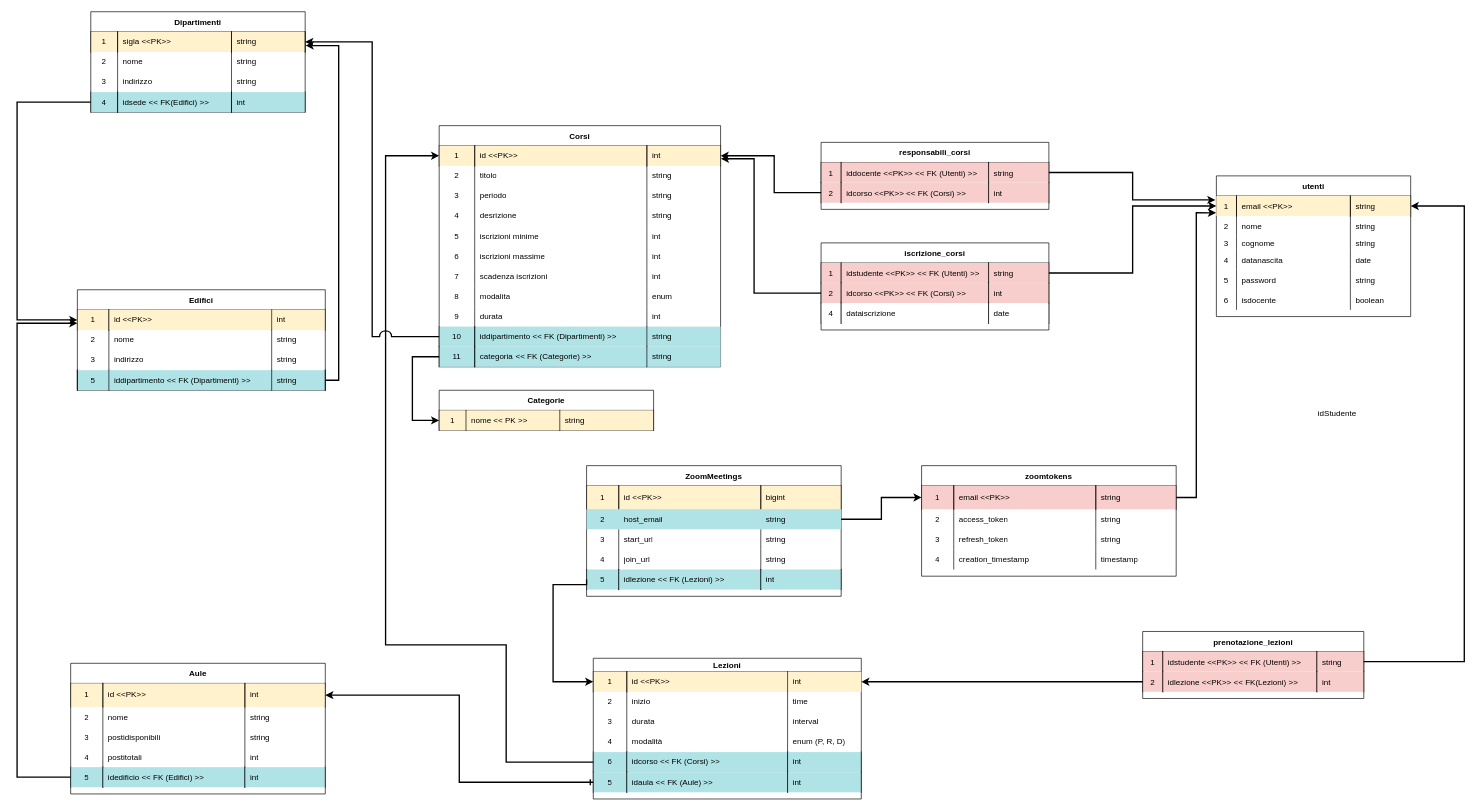
nicolamarizza/DbProject keeps this draw.io diagram as docs/SchemaRelazionale.drawio. Above is the earlier version. Source tidied: cells renumbered, new cells numbered last; positions are measured from the earlier drawing's top-left corner, leaving out a move shared by most shapes. Both pictures are drawn from the tidied source at 67%, with x=0, y=0 at pixel (17, 11).
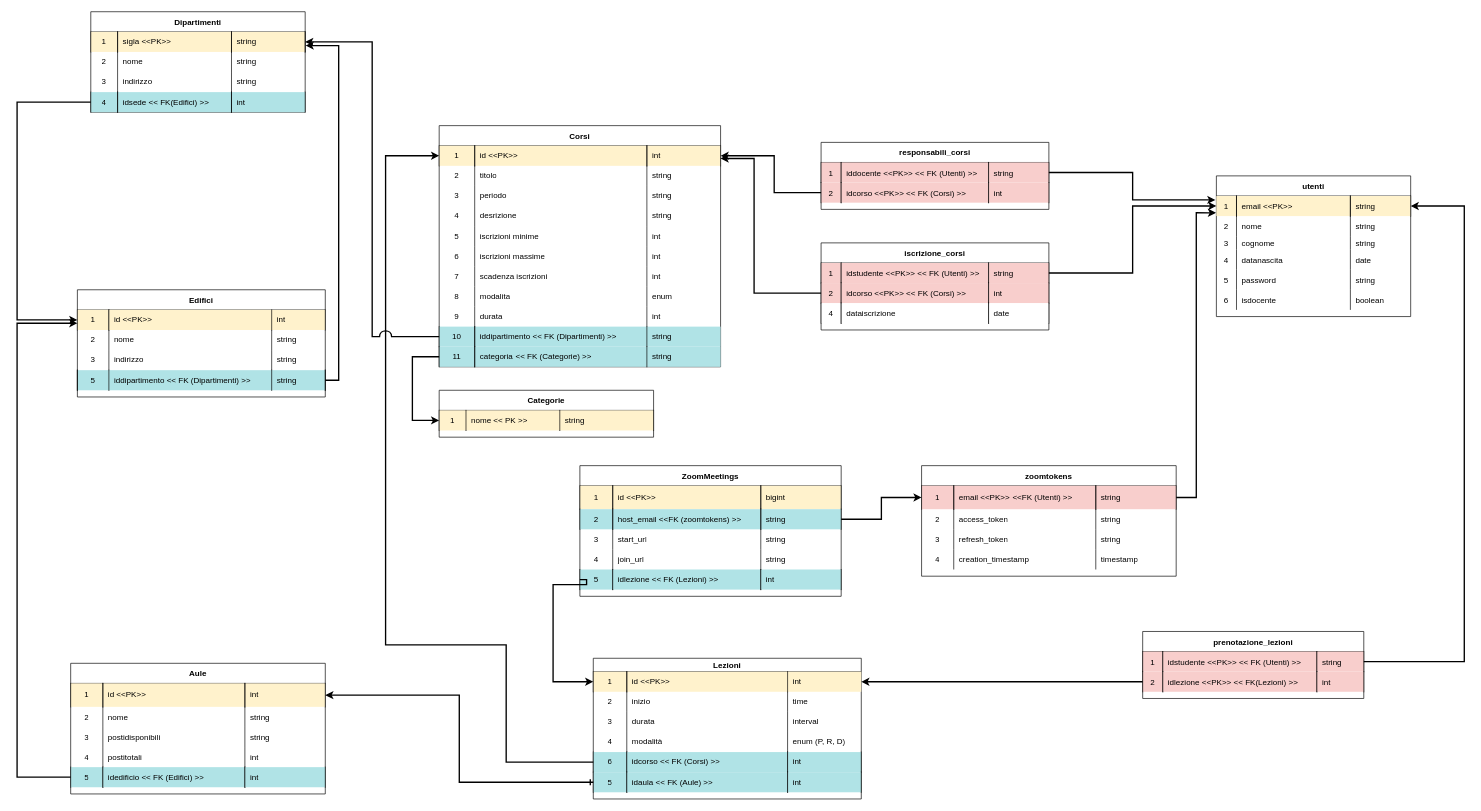
The same diagram, later.

Commit message (it also covers changes not shown here):
modificato schema oggetti

Unchanged cells that the change refers to:
```xml
<mxCell id="28" style="shape=tableRow;horizontal=0;startSize=0;swimlaneHead=0;swimlaneBody=0;top=0;left=0;bottom=0;right=0;fillColor=#fff2cc;points=[[0,0.5],[1,0.5]];portConstraint=eastwest;strokeColor=#000000;" parent="27" vertex="1">
  <mxGeometry y="30" width="420" height="30" as="geometry" />
</mxCell>
<mxCell id="172" style="shape=tableRow;horizontal=0;startSize=0;swimlaneHead=0;swimlaneBody=0;fillColor=none;points=[[0,0.5],[1,0.5]];portConstraint=eastwest;top=0;left=0;right=0;bottom=0;" parent="167" vertex="1">
  <mxGeometry y="60" width="340" height="30" as="geometry" />
</mxCell>
<mxCell id="211" style="shape=tableRow;horizontal=0;startSize=0;swimlaneHead=0;swimlaneBody=0;top=0;left=0;bottom=0;right=0;fillColor=#f8cecc;points=[[0,0.5],[1,0.5]];portConstraint=eastwest;strokeColor=#b85450;" parent="210" vertex="1">
  <mxGeometry y="30" width="380" height="35" as="geometry" />
</mxCell>
```

The edit, as a diff of the source:
```diff
@@
     <mxCell id="93" value="Edifici" style="shape=table;startSize=30;childLayout=tableLayout;rowLines=0;fontStyle=1;" parent="1" vertex="1">
-      <mxGeometry x="90" y="415" width="370" height="150" as="geometry" />
+      <mxGeometry x="90" y="415" width="370" height="160" as="geometry" />
     </mxCell>
@@
     <mxCell id="152" value="Categorie" style="shape=table;startSize=30;childLayout=tableLayout;rowLines=0;fontStyle=1;" parent="1" vertex="1">
-      <mxGeometry x="630" y="565" width="320" height="60" as="geometry" />
+      <mxGeometry x="630" y="565" width="320" height="70" as="geometry" />
     </mxCell>
@@
-    <mxCell id="166" value="idStudente" style="text;html=1;align=center;verticalAlign=middle;strokeColor=none;fillColor=none;" parent="1" vertex="1">
-      <mxGeometry x="1930" y="585" width="80" height="30" as="geometry" />
-    </mxCell>
@@
     <mxCell id="189" value="ZoomMeetings" style="shape=table;startSize=30;childLayout=tableLayout;rowLines=0;fontStyle=1;" parent="1" vertex="1">
-      <mxGeometry x="850" y="677.5" width="380" height="195" as="geometry" />
+      <mxGeometry x="840" y="677.5" width="390" height="195" as="geometry" />
     </mxCell>
     <mxCell id="190" style="shape=tableRow;horizontal=0;startSize=0;swimlaneHead=0;swimlaneBody=0;top=0;left=0;bottom=0;right=0;fillColor=#fff2cc;strokeColor=#000000;" parent="189" vertex="1">
-      <mxGeometry y="30" width="380" height="35" as="geometry" />
+      <mxGeometry y="30" width="390" height="35" as="geometry" />
     </mxCell>
     <mxCell id="191" value="1" style="shape=partialRectangle;html=1;whiteSpace=wrap;fillColor=none;top=0;left=1;bottom=0;right=1;overflow=hidden;" parent="190" vertex="1">
-      <mxGeometry width="48" height="35" as="geometry" />
+      <mxGeometry width="49" height="35" as="geometry" />
     </mxCell>
     <mxCell id="192" value="id &amp;lt;&amp;lt;PK&amp;gt;&amp;gt;&lt;span style=&quot;white-space: pre;&quot;&gt;&#9;&lt;/span&gt;" style="shape=partialRectangle;html=1;whiteSpace=wrap;fillColor=none;top=0;left=1;bottom=0;right=1;align=left;spacingLeft=6;overflow=hidden;" parent="190" vertex="1">
-      <mxGeometry x="48" width="212" height="35" as="geometry" />
+      <mxGeometry x="49" width="221" height="35" as="geometry" />
     </mxCell>
     <mxCell id="193" value="bigint" style="shape=partialRectangle;html=1;whiteSpace=wrap;fillColor=none;top=0;left=1;bottom=0;right=1;align=left;spacingLeft=6;overflow=hidden;" parent="190" vertex="1">
-      <mxGeometry x="260" width="120" height="35" as="geometry" />
+      <mxGeometry x="270" width="120" height="35" as="geometry" />
     </mxCell>
     <mxCell id="194" style="shape=tableRow;horizontal=0;startSize=0;swimlaneHead=0;swimlaneBody=0;top=0;left=0;bottom=0;right=0;fillColor=#B0E3E6;points=[[0,0.5],[1,0.5]];portConstraint=eastwest;" parent="189" vertex="1">
-      <mxGeometry y="65" width="380" height="30" as="geometry" />
+      <mxGeometry y="65" width="390" height="30" as="geometry" />
     </mxCell>
-    <mxCell id="195" value="2" style="shape=partialRectangle;html=1;whiteSpace=wrap;fillColor=none;top=0;left=0;bottom=0;right=0;overflow=hidden;" parent="194" vertex="1">
-      <mxGeometry width="48" height="30" as="geometry" />
+    <mxCell id="195" value="2" style="shape=partialRectangle;html=1;whiteSpace=wrap;fillColor=none;top=0;left=1;bottom=0;right=1;overflow=hidden;" parent="194" vertex="1">
+      <mxGeometry width="49" height="30" as="geometry" />
     </mxCell>
-    <mxCell id="196" value="host_email" style="shape=partialRectangle;html=1;whiteSpace=wrap;fillColor=none;top=0;left=0;bottom=0;right=0;align=left;spacingLeft=6;overflow=hidden;" parent="194" vertex="1">
-      <mxGeometry x="48" width="212" height="30" as="geometry" />
+    <mxCell id="196" value="host_email &amp;lt;&amp;lt;FK (zoomtokens) &amp;gt;&amp;gt;" style="shape=partialRectangle;html=1;whiteSpace=wrap;fillColor=none;top=0;left=1;bottom=0;right=1;align=left;spacingLeft=6;overflow=hidden;" parent="194" vertex="1">
+      <mxGeometry x="49" width="221" height="30" as="geometry" />
     </mxCell>
-    <mxCell id="197" value="string" style="shape=partialRectangle;html=1;whiteSpace=wrap;fillColor=none;top=0;left=0;bottom=0;right=0;align=left;spacingLeft=6;overflow=hidden;" parent="194" vertex="1">
-      <mxGeometry x="260" width="120" height="30" as="geometry" />
+    <mxCell id="197" value="string" style="shape=partialRectangle;html=1;whiteSpace=wrap;fillColor=none;top=0;left=1;bottom=0;right=1;align=left;spacingLeft=6;overflow=hidden;" parent="194" vertex="1">
+      <mxGeometry x="270" width="120" height="30" as="geometry" />
     </mxCell>
     <mxCell id="198" style="shape=tableRow;horizontal=0;startSize=0;swimlaneHead=0;swimlaneBody=0;top=0;left=0;bottom=0;right=0;fillColor=none;" parent="189" vertex="1">
-      <mxGeometry y="95" width="380" height="30" as="geometry" />
+      <mxGeometry y="95" width="390" height="30" as="geometry" />
     </mxCell>
     <mxCell id="199" value="3" style="shape=partialRectangle;html=1;whiteSpace=wrap;fillColor=none;top=0;left=0;bottom=0;right=0;overflow=hidden;" parent="198" vertex="1">
-      <mxGeometry width="48" height="30" as="geometry" />
+      <mxGeometry width="49" height="30" as="geometry" />
     </mxCell>
     <mxCell id="200" value="start_url" style="shape=partialRectangle;html=1;whiteSpace=wrap;fillColor=none;top=0;left=0;bottom=0;right=0;align=left;spacingLeft=6;overflow=hidden;" parent="198" vertex="1">
-      <mxGeometry x="48" width="212" height="30" as="geometry" />
+      <mxGeometry x="49" width="221" height="30" as="geometry" />
     </mxCell>
     <mxCell id="201" value="string" style="shape=partialRectangle;html=1;whiteSpace=wrap;fillColor=none;top=0;left=0;bottom=0;right=0;align=left;spacingLeft=6;overflow=hidden;" parent="198" vertex="1">
-      <mxGeometry x="260" width="120" height="30" as="geometry" />
+      <mxGeometry x="270" width="120" height="30" as="geometry" />
     </mxCell>
     <mxCell id="202" style="shape=tableRow;horizontal=0;startSize=0;swimlaneHead=0;swimlaneBody=0;top=0;left=0;bottom=0;right=0;fillColor=none;" parent="189" vertex="1">
-      <mxGeometry y="125" width="380" height="30" as="geometry" />
+      <mxGeometry y="125" width="390" height="30" as="geometry" />
     </mxCell>
     <mxCell id="203" value="4" style="shape=partialRectangle;html=1;whiteSpace=wrap;fillColor=none;top=0;left=0;bottom=0;right=0;overflow=hidden;" parent="202" vertex="1">
-      <mxGeometry width="48" height="30" as="geometry" />
+      <mxGeometry width="49" height="30" as="geometry" />
     </mxCell>
     <mxCell id="204" value="join_url" style="shape=partialRectangle;html=1;whiteSpace=wrap;fillColor=none;top=0;left=0;bottom=0;right=0;align=left;spacingLeft=6;overflow=hidden;" parent="202" vertex="1">
-      <mxGeometry x="48" width="212" height="30" as="geometry" />
+      <mxGeometry x="49" width="221" height="30" as="geometry" />
     </mxCell>
     <mxCell id="205" value="string" style="shape=partialRectangle;html=1;whiteSpace=wrap;fillColor=none;top=0;left=0;bottom=0;right=0;align=left;spacingLeft=6;overflow=hidden;" parent="202" vertex="1">
-      <mxGeometry x="260" width="120" height="30" as="geometry" />
+      <mxGeometry x="270" width="120" height="30" as="geometry" />
     </mxCell>
     <mxCell id="206" style="shape=tableRow;horizontal=0;startSize=0;swimlaneHead=0;swimlaneBody=0;top=0;left=0;bottom=0;right=0;fillColor=none;points=[[0,0.5],[1,0.5]];portConstraint=eastwest;" parent="189" vertex="1">
-      <mxGeometry y="155" width="380" height="30" as="geometry" />
+      <mxGeometry y="155" width="390" height="30" as="geometry" />
     </mxCell>
     <mxCell id="207" value="5" style="shape=partialRectangle;html=1;whiteSpace=wrap;fillColor=#b0e3e6;top=0;left=1;bottom=0;right=1;overflow=hidden;strokeColor=#000000;" parent="206" vertex="1">
-      <mxGeometry width="48" height="30" as="geometry" />
+      <mxGeometry width="49" height="30" as="geometry" />
     </mxCell>
     <mxCell id="208" value="idlezione &amp;lt;&amp;lt; FK (Lezioni) &amp;gt;&amp;gt;" style="shape=partialRectangle;html=1;whiteSpace=wrap;fillColor=#b0e3e6;top=0;left=1;bottom=0;right=1;align=left;spacingLeft=6;overflow=hidden;strokeColor=#000000;" parent="206" vertex="1">
-      <mxGeometry x="48" width="212" height="30" as="geometry" />
+      <mxGeometry x="49" width="221" height="30" as="geometry" />
     </mxCell>
     <mxCell id="209" value="int" style="shape=partialRectangle;html=1;whiteSpace=wrap;fillColor=#b0e3e6;top=0;left=1;bottom=0;right=1;align=left;spacingLeft=6;overflow=hidden;strokeColor=#000000;" parent="206" vertex="1">
-      <mxGeometry x="260" width="120" height="30" as="geometry" />
+      <mxGeometry x="270" width="120" height="30" as="geometry" />
     </mxCell>
@@
-    <mxCell id="213" value="email &amp;lt;&amp;lt;PK&amp;gt;&amp;gt;&lt;span style=&quot;white-space: pre;&quot;&gt;&#9;&lt;/span&gt;" style="shape=partialRectangle;html=1;whiteSpace=wrap;fillColor=none;top=0;left=1;bottom=0;right=1;align=left;spacingLeft=6;overflow=hidden;" parent="211" vertex="1">
+    <mxCell id="213" value="email &amp;lt;&amp;lt;PK&amp;gt;&amp;gt;&lt;span style=&quot;white-space: pre;&quot;&gt;&#9;&lt;/span&gt;&amp;lt;&amp;lt;FK (Utenti) &amp;gt;&amp;gt;" style="shape=partialRectangle;html=1;whiteSpace=wrap;fillColor=none;top=0;left=1;bottom=0;right=1;align=left;spacingLeft=6;overflow=hidden;" parent="211" vertex="1">
       <mxGeometry x="48" width="212" height="35" as="geometry" />
     </mxCell>
@@
-    <mxCell id="242" style="edgeStyle=orthogonalEdgeStyle;rounded=0;jettySize=auto;html=1;exitX=0;exitY=0.5;exitDx=0;exitDy=0;entryX=1.001;entryY=0.648;entryDx=0;entryDy=0;strokeWidth=2;entryPerimeter=0;" parent="1" edge="1" source="172" target="28">
+    <mxCell id="242" style="edgeStyle=orthogonalEdgeStyle;rounded=0;jettySize=auto;html=1;exitX=0;exitY=0.5;exitDx=0;exitDy=0;strokeWidth=2;" parent="1" edge="1" source="172">
       <mxGeometry relative="1" as="geometry">
+        <mxPoint x="1050" y="219" as="targetPoint" />
         <Array as="points">
           <mxPoint x="1100" y="420" />
           <mxPoint x="1100" y="219" />
         </Array>
       </mxGeometry>
     </mxCell>
```
